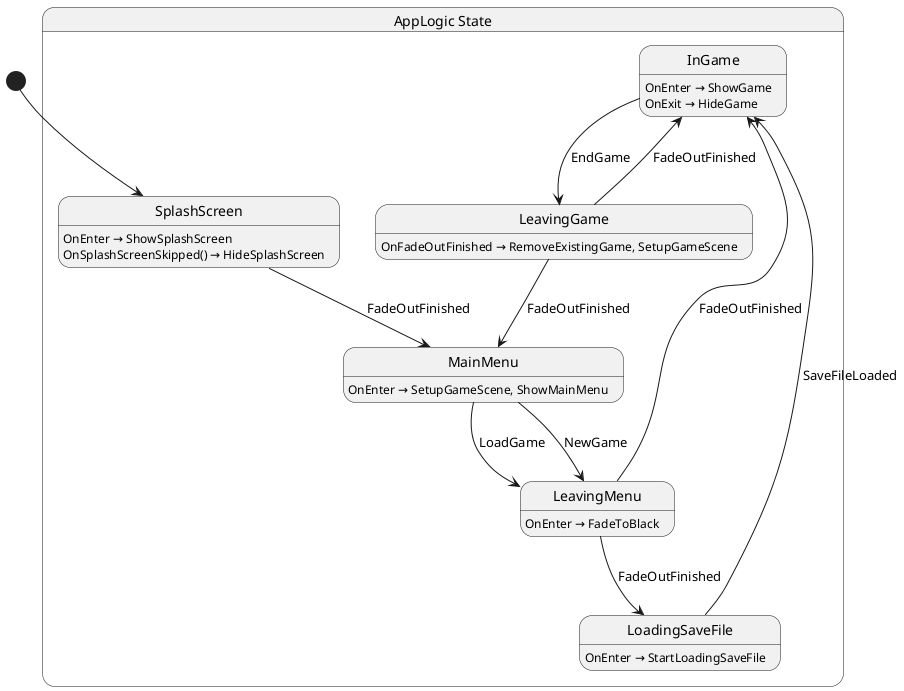
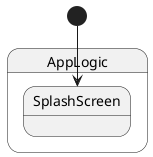
@startuml AppLogic
- state "AppLogic State" as GameDemo_AppLogic_State {
-   state "InGame" as GameDemo_AppLogic_State_InGame
-   state "LeavingGame" as GameDemo_AppLogic_State_LeavingGame
-   state "LeavingMenu" as GameDemo_AppLogic_State_LeavingMenu
-   state "LoadingSaveFile" as GameDemo_AppLogic_State_LoadingSaveFile
-   state "MainMenu" as GameDemo_AppLogic_State_MainMenu
-   state "SplashScreen" as GameDemo_AppLogic_State_SplashScreen
+ state AppLogic {
+   state SplashScreen
}

- GameDemo_AppLogic_State_InGame --> GameDemo_AppLogic_State_LeavingGame : EndGame
- GameDemo_AppLogic_State_LeavingGame --> GameDemo_AppLogic_State_InGame : FadeOutFinished
- GameDemo_AppLogic_State_LeavingGame --> GameDemo_AppLogic_State_MainMenu : FadeOutFinished
- GameDemo_AppLogic_State_LeavingMenu --> GameDemo_AppLogic_State_InGame : FadeOutFinished
- GameDemo_AppLogic_State_LeavingMenu --> GameDemo_AppLogic_State_LoadingSaveFile : FadeOutFinished
- GameDemo_AppLogic_State_LoadingSaveFile --> GameDemo_AppLogic_State_InGame : SaveFileLoaded
- GameDemo_AppLogic_State_MainMenu --> GameDemo_AppLogic_State_LeavingMenu : LoadGame
- GameDemo_AppLogic_State_MainMenu --> GameDemo_AppLogic_State_LeavingMenu : NewGame
- GameDemo_AppLogic_State_SplashScreen --> GameDemo_AppLogic_State_MainMenu : FadeOutFinished
- 
- GameDemo_AppLogic_State_InGame : OnEnter → ShowGame
- GameDemo_AppLogic_State_InGame : OnExit → HideGame
- GameDemo_AppLogic_State_LeavingGame : OnFadeOutFinished → RemoveExistingGame, SetupGameScene
- GameDemo_AppLogic_State_LeavingMenu : OnEnter → FadeToBlack
- GameDemo_AppLogic_State_LoadingSaveFile : OnEnter → StartLoadingSaveFile
- GameDemo_AppLogic_State_MainMenu : OnEnter → SetupGameScene, ShowMainMenu
- GameDemo_AppLogic_State_SplashScreen : OnEnter → ShowSplashScreen
- GameDemo_AppLogic_State_SplashScreen : OnSplashScreenSkipped() → HideSplashScreen
- 
- [*] --> GameDemo_AppLogic_State_SplashScreen
+ [*] --> SplashScreen
@enduml